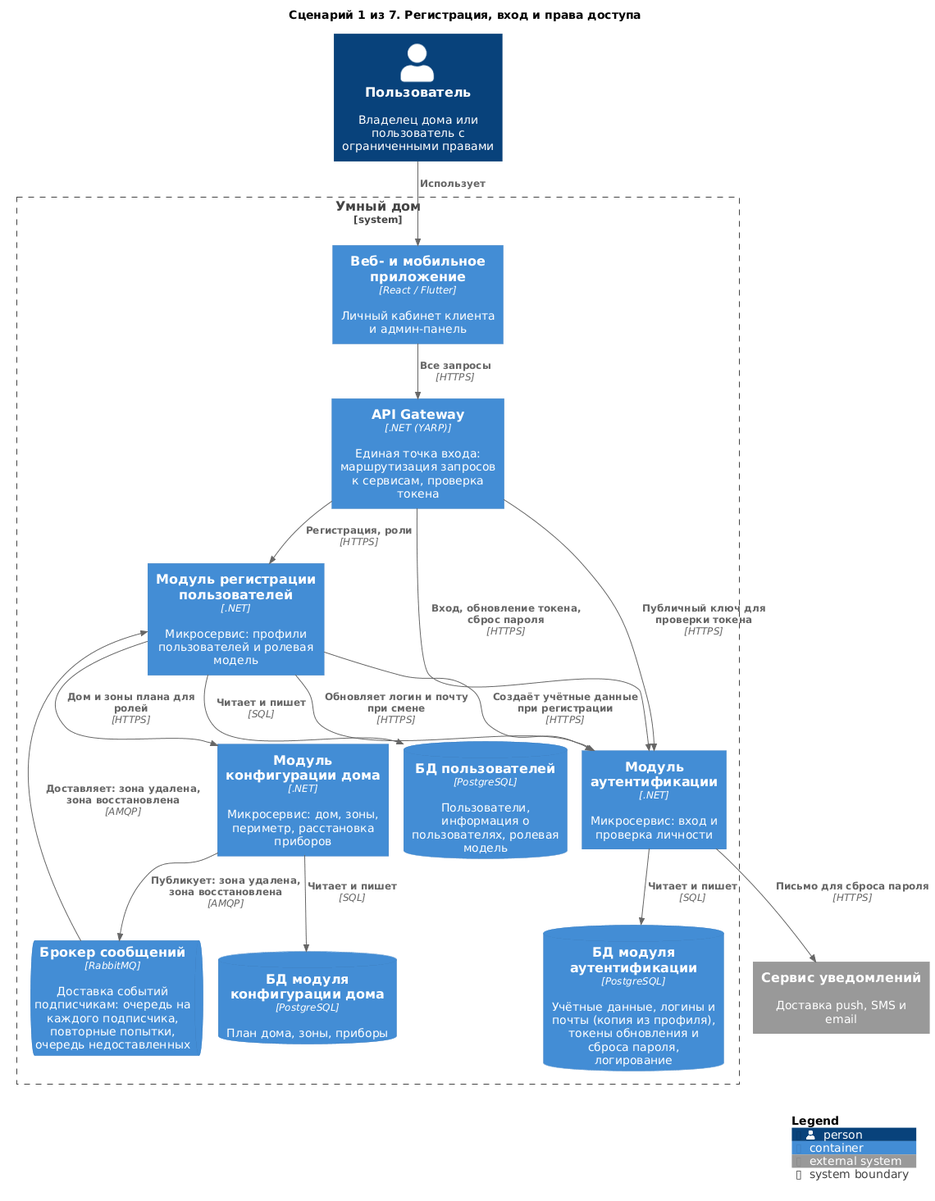
Lyamin-av/architecture-warmhouse keeps this PlantUML diagram as diagrams/containers-scenarios/01-registration-and-access.png. Above is the earlier version.
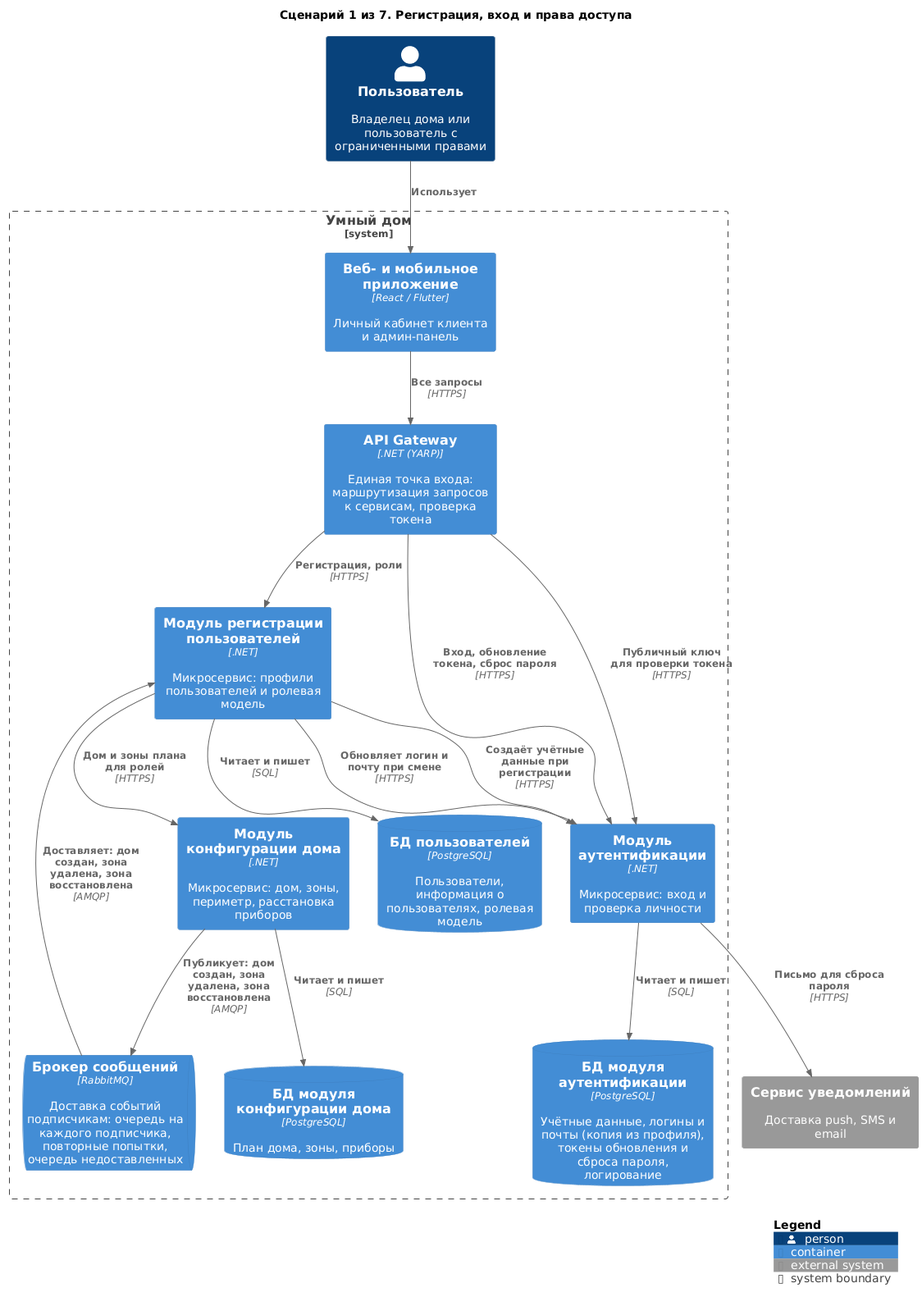
Above is the later version.

Change to the diagram source:
```diff
@@ -33,8 +33,8 @@
 Rel(Authentication, dbAuth, "Читает и пишет", "SQL")
 Rel(Users, HouseConfigurator, "Дом и зоны плана для ролей", "HTTPS")
 Rel(HouseConfigurator, dbHC, "Читает и пишет", "SQL")
-Rel(HouseConfigurator, Broker, "Публикует: зона удалена, зона восстановлена", "AMQP")
-Rel(Broker, Users, "Доставляет: зона удалена, зона восстановлена", "AMQP")
+Rel(HouseConfigurator, Broker, "Публикует: дом создан, зона удалена, зона восстановлена", "AMQP")
+Rel(Broker, Users, "Доставляет: дом создан, зона удалена, зона восстановлена", "AMQP")
 
 SHOW_LEGEND()
 @enduml
```
